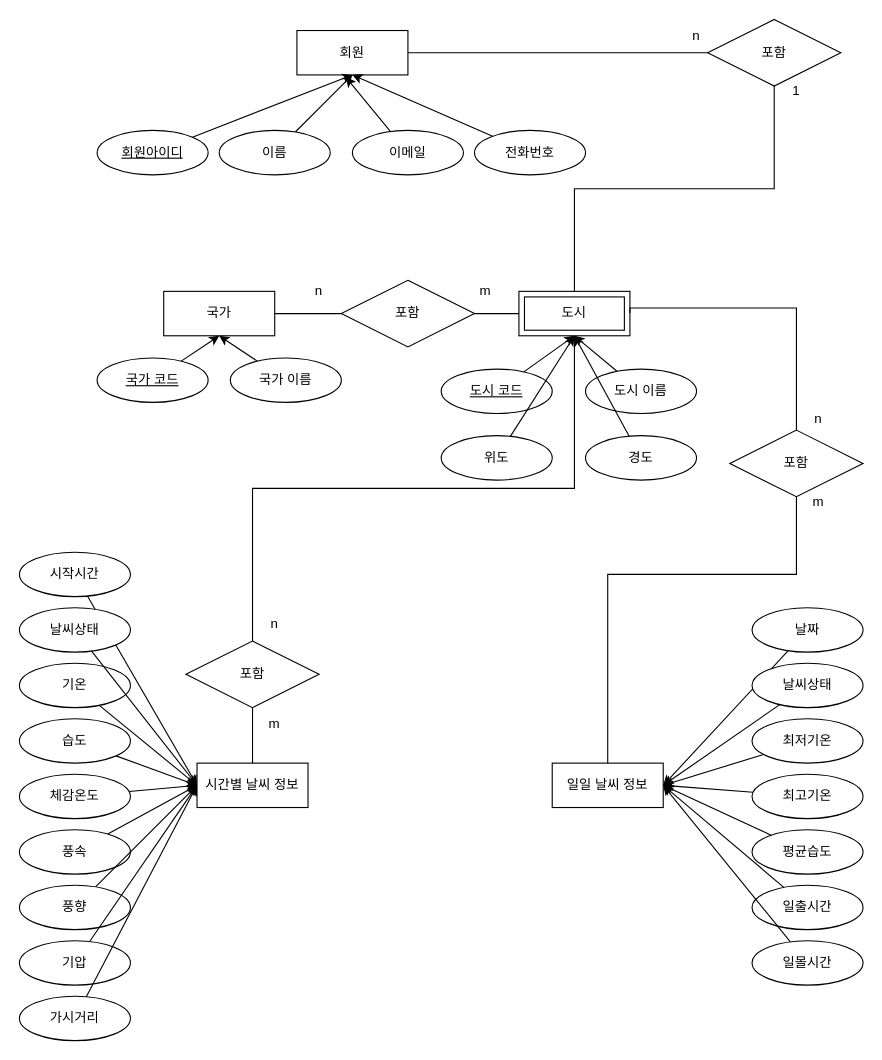
Earlier version of the draw.io diagram Untitled Diagram.drawio (yeganghwang/db_weather). Source tidied: cells renumbered, new cells numbered last; positions are measured from the earlier drawing's top-left corner, leaving out a move shared by most shapes. Both pictures are drawn from the tidied source at 111%, with x=0, y=0 at pixel (19, 19).
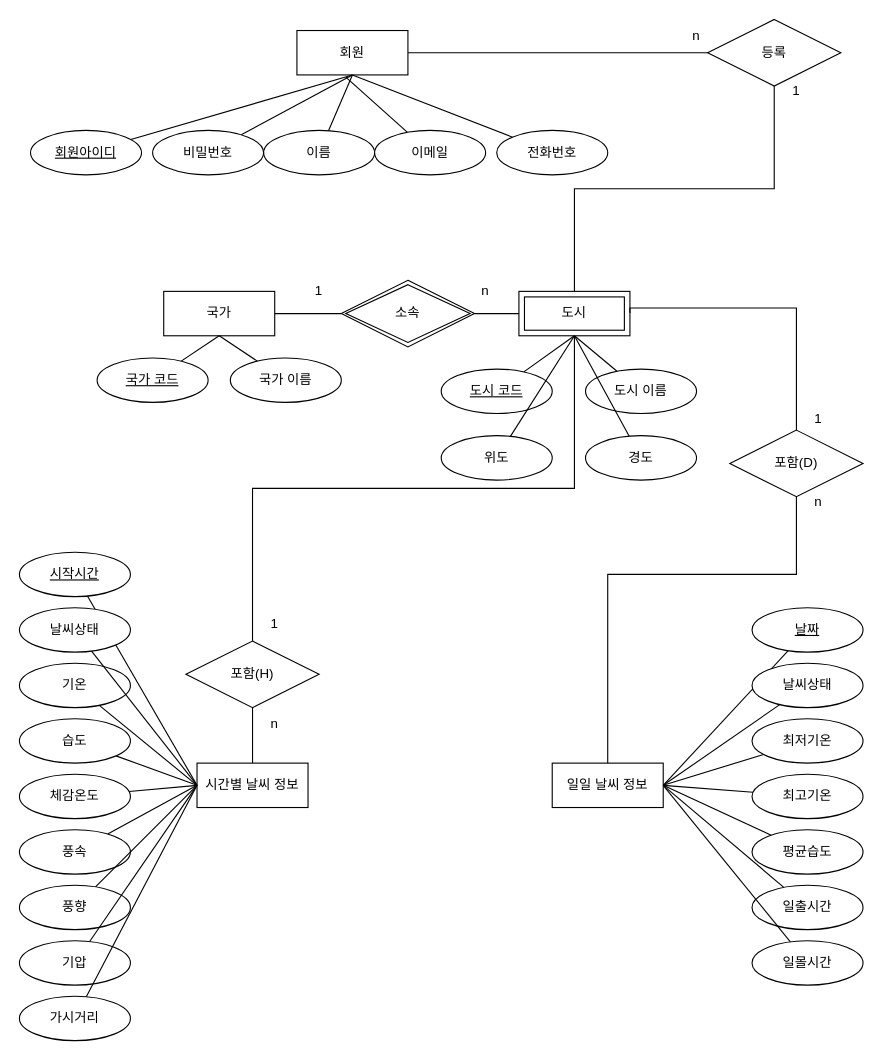
After the change.

Unchanged cells that the change refers to:
```xml
<mxCell id="2" value="회원" style="whiteSpace=wrap;html=1;align=center;" parent="1" vertex="1">
  <mxGeometry x="250" y="10" width="100" height="40" as="geometry" />
</mxCell>
<mxCell id="3" value="국가" style="whiteSpace=wrap;html=1;align=center;" parent="1" vertex="1">
  <mxGeometry x="130" y="245" width="100" height="40" as="geometry" />
</mxCell>
<mxCell id="4" value="시간별 날씨 정보" style="whiteSpace=wrap;html=1;align=center;" parent="1" vertex="1">
  <mxGeometry x="160" y="670" width="100" height="40" as="geometry" />
</mxCell>
<mxCell id="5" value="일일 날씨 정보" style="whiteSpace=wrap;html=1;align=center;" parent="1" vertex="1">
  <mxGeometry x="480" y="670" width="100" height="40" as="geometry" />
</mxCell>
<mxCell id="15" value="도시 이름" style="ellipse;whiteSpace=wrap;html=1;align=center;" parent="1" vertex="1">
  <mxGeometry x="510" y="315" width="100" height="40" as="geometry" />
</mxCell>
<mxCell id="17" value="도시 코드" style="ellipse;whiteSpace=wrap;html=1;align=center;fontStyle=4;" parent="1" vertex="1">
  <mxGeometry x="380" y="315" width="100" height="40" as="geometry" />
</mxCell>
<mxCell id="19" value="국가 코드" style="ellipse;whiteSpace=wrap;html=1;align=center;fontStyle=4;" parent="1" vertex="1">
  <mxGeometry x="70" y="305" width="100" height="40" as="geometry" />
</mxCell>
<mxCell id="21" value="국가 이름" style="ellipse;whiteSpace=wrap;html=1;align=center;" parent="1" vertex="1">
  <mxGeometry x="190" y="305" width="100" height="40" as="geometry" />
</mxCell>
<mxCell id="22" value="도시" style="shape=ext;margin=3;double=1;whiteSpace=wrap;html=1;align=center;" parent="1" vertex="1">
  <mxGeometry x="450" y="245" width="100" height="40" as="geometry" />
</mxCell>
<mxCell id="29" value="위도" style="ellipse;whiteSpace=wrap;html=1;align=center;" parent="1" vertex="1">
  <mxGeometry x="380" y="375" width="100" height="40" as="geometry" />
</mxCell>
<mxCell id="31" value="경도" style="ellipse;whiteSpace=wrap;html=1;align=center;" parent="1" vertex="1">
  <mxGeometry x="510" y="375" width="100" height="40" as="geometry" />
</mxCell>
<mxCell id="40" value="기온" style="ellipse;whiteSpace=wrap;html=1;align=center;" parent="1" vertex="1">
  <mxGeometry y="580" width="100" height="40" as="geometry" />
</mxCell>
<mxCell id="42" value="습도" style="ellipse;whiteSpace=wrap;html=1;align=center;" parent="1" vertex="1">
  <mxGeometry y="630" width="100" height="40" as="geometry" />
</mxCell>
<mxCell id="44" value="날씨상태" style="ellipse;whiteSpace=wrap;html=1;align=center;" parent="1" vertex="1">
  <mxGeometry y="530" width="100" height="40" as="geometry" />
</mxCell>
<mxCell id="46" value="체감온도" style="ellipse;whiteSpace=wrap;html=1;align=center;" parent="1" vertex="1">
  <mxGeometry y="680" width="100" height="40" as="geometry" />
</mxCell>
<mxCell id="48" value="풍속" style="ellipse;whiteSpace=wrap;html=1;align=center;" parent="1" vertex="1">
  <mxGeometry y="730" width="100" height="40" as="geometry" />
</mxCell>
<mxCell id="50" value="풍향" style="ellipse;whiteSpace=wrap;html=1;align=center;" parent="1" vertex="1">
  <mxGeometry y="780" width="100" height="40" as="geometry" />
</mxCell>
<mxCell id="52" value="기압" style="ellipse;whiteSpace=wrap;html=1;align=center;" parent="1" vertex="1">
  <mxGeometry y="830" width="100" height="40" as="geometry" />
</mxCell>
<mxCell id="54" value="가시거리" style="ellipse;whiteSpace=wrap;html=1;align=center;" parent="1" vertex="1">
  <mxGeometry y="880" width="100" height="40" as="geometry" />
</mxCell>
<mxCell id="58" value="날씨상태" style="ellipse;whiteSpace=wrap;html=1;align=center;" parent="1" vertex="1">
  <mxGeometry x="660" y="580" width="100" height="40" as="geometry" />
</mxCell>
<mxCell id="60" value="최저기온" style="ellipse;whiteSpace=wrap;html=1;align=center;" parent="1" vertex="1">
  <mxGeometry x="660" y="630" width="100" height="40" as="geometry" />
</mxCell>
<mxCell id="62" value="최고기온" style="ellipse;whiteSpace=wrap;html=1;align=center;" parent="1" vertex="1">
  <mxGeometry x="660" y="680" width="100" height="40" as="geometry" />
</mxCell>
<mxCell id="64" value="평균습도" style="ellipse;whiteSpace=wrap;html=1;align=center;" parent="1" vertex="1">
  <mxGeometry x="660" y="730" width="100" height="40" as="geometry" />
</mxCell>
<mxCell id="66" value="일출시간" style="ellipse;whiteSpace=wrap;html=1;align=center;" parent="1" vertex="1">
  <mxGeometry x="660" y="780" width="100" height="40" as="geometry" />
</mxCell>
<mxCell id="68" value="일몰시간" style="ellipse;whiteSpace=wrap;html=1;align=center;" parent="1" vertex="1">
  <mxGeometry x="660" y="830" width="100" height="40" as="geometry" />
</mxCell>
```

What changed in the source:
```diff
@@
-    <mxCell id="6" style="edgeStyle=none;rounded=0;jettySize=auto;html=1;entryX=0.5;entryY=1;entryDx=0;entryDy=0;" parent="1" edge="1" source="7" target="2">
+    <mxCell id="6" style="edgeStyle=none;rounded=0;jettySize=auto;html=1;entryX=0.5;entryY=1;entryDx=0;entryDy=0;endArrow=none;endFill=0;" parent="1" edge="1" source="7" target="2">
       <mxGeometry relative="1" as="geometry" />
     </mxCell>
     <mxCell id="7" value="회원아이디" style="ellipse;whiteSpace=wrap;html=1;align=center;fontStyle=4;" parent="1" vertex="1">
-      <mxGeometry x="70" y="100" width="100" height="40" as="geometry" />
+      <mxGeometry x="10" y="100" width="100" height="40" as="geometry" />
     </mxCell>
-    <mxCell id="8" style="edgeStyle=none;rounded=0;jettySize=auto;html=1;entryX=0.5;entryY=1;entryDx=0;entryDy=0;" parent="1" edge="1" source="9" target="2">
+    <mxCell id="8" style="edgeStyle=none;rounded=0;jettySize=auto;html=1;entryX=0.5;entryY=1;entryDx=0;entryDy=0;endArrow=none;endFill=0;" parent="1" edge="1" source="9" target="2">
       <mxGeometry relative="1" as="geometry" />
     </mxCell>
     <mxCell id="9" value="이름" style="ellipse;whiteSpace=wrap;html=1;align=center;" parent="1" vertex="1">
-      <mxGeometry x="180" y="100" width="100" height="40" as="geometry" />
+      <mxGeometry x="220" y="100" width="100" height="40" as="geometry" />
     </mxCell>
-    <mxCell id="10" style="edgeStyle=none;rounded=0;jettySize=auto;html=1;entryX=0.44;entryY=1.05;entryDx=0;entryDy=0;entryPerimeter=0;" parent="1" edge="1" source="11" target="2">
+    <mxCell id="10" style="edgeStyle=none;rounded=0;jettySize=auto;html=1;entryX=0.44;entryY=1.05;entryDx=0;entryDy=0;entryPerimeter=0;endArrow=none;endFill=0;" parent="1" edge="1" source="11" target="2">
       <mxGeometry relative="1" as="geometry" />
     </mxCell>
     <mxCell id="11" value="이메일" style="ellipse;whiteSpace=wrap;html=1;align=center;" parent="1" vertex="1">
-      <mxGeometry x="300" y="100" width="100" height="40" as="geometry" />
+      <mxGeometry x="320" y="100" width="100" height="40" as="geometry" />
     </mxCell>
-    <mxCell id="12" style="edgeStyle=none;rounded=0;jettySize=auto;html=1;entryX=0.5;entryY=1;entryDx=0;entryDy=0;" parent="1" edge="1" source="13" target="2">
+    <mxCell id="12" style="edgeStyle=none;rounded=0;jettySize=auto;html=1;entryX=0.5;entryY=1;entryDx=0;entryDy=0;endArrow=none;endFill=0;" parent="1" edge="1" source="13" target="2">
       <mxGeometry relative="1" as="geometry" />
     </mxCell>
     <mxCell id="13" value="전화번호" style="ellipse;whiteSpace=wrap;html=1;align=center;" parent="1" vertex="1">
-      <mxGeometry x="410" y="100" width="100" height="40" as="geometry" />
+      <mxGeometry x="430" y="100" width="100" height="40" as="geometry" />
     </mxCell>
-    <mxCell id="14" style="edgeStyle=none;rounded=0;jettySize=auto;html=1;entryX=0.5;entryY=1;entryDx=0;entryDy=0;" parent="1" edge="1" source="15" target="22">
+    <mxCell id="14" style="edgeStyle=none;rounded=0;jettySize=auto;html=1;entryX=0.5;entryY=1;entryDx=0;entryDy=0;endArrow=none;endFill=0;" parent="1" edge="1" source="15" target="22">
       <mxGeometry relative="1" as="geometry" />
     </mxCell>
@@
-    <mxCell id="16" style="edgeStyle=none;rounded=0;jettySize=auto;html=1;entryX=0.5;entryY=1;entryDx=0;entryDy=0;" parent="1" edge="1" source="17" target="22">
+    <mxCell id="16" style="edgeStyle=none;rounded=0;jettySize=auto;html=1;entryX=0.5;entryY=1;entryDx=0;entryDy=0;endArrow=none;endFill=0;" parent="1" edge="1" source="17" target="22">
       <mxGeometry relative="1" as="geometry" />
     </mxCell>
@@
-    <mxCell id="18" style="edgeStyle=none;rounded=0;jettySize=auto;html=1;entryX=0.5;entryY=1;entryDx=0;entryDy=0;" parent="1" edge="1" source="19" target="3">
+    <mxCell id="18" style="edgeStyle=none;rounded=0;jettySize=auto;html=1;entryX=0.5;entryY=1;entryDx=0;entryDy=0;endArrow=none;endFill=0;" parent="1" edge="1" source="19" target="3">
       <mxGeometry relative="1" as="geometry" />
     </mxCell>
@@
-    <mxCell id="20" style="edgeStyle=none;rounded=0;jettySize=auto;html=1;entryX=0.5;entryY=1;entryDx=0;entryDy=0;" parent="1" edge="1" source="21" target="3">
+    <mxCell id="20" style="edgeStyle=none;rounded=0;jettySize=auto;html=1;entryX=0.5;entryY=1;entryDx=0;entryDy=0;endArrow=none;endFill=0;" parent="1" edge="1" source="21" target="3">
       <mxGeometry relative="1" as="geometry" />
     </mxCell>
@@
-    <mxCell id="23" value="포함" style="shape=rhombus;perimeter=rhombusPerimeter;whiteSpace=wrap;html=1;align=center;" parent="1" vertex="1">
-      <mxGeometry x="290" y="235" width="120" height="60" as="geometry" />
-    </mxCell>
-    <mxCell id="24" style="endArrow=none;html=1;rounded=0;exitX=1;exitY=0.5;exitDx=0;exitDy=0;" parent="1" edge="1" source="3" target="23">
-      <mxGeometry relative="1" as="geometry" />
+    <mxCell id="24" style="endArrow=none;html=1;rounded=0;exitX=1;exitY=0.5;exitDx=0;exitDy=0;" parent="1" edge="1" source="3">
+      <mxGeometry relative="1" as="geometry">
+        <mxPoint x="290" y="265" as="targetPoint" />
+      </mxGeometry>
     </mxCell>
-    <mxCell id="25" style="endArrow=none;html=1;rounded=0;exitX=1;exitY=0.5;exitDx=0;exitDy=0;entryX=0;entryY=0.5;entryDx=0;entryDy=0;" parent="1" edge="1" source="23" target="22">
-      <mxGeometry relative="1" as="geometry" />
+    <mxCell id="25" style="endArrow=none;html=1;rounded=0;exitX=1;exitY=0.5;exitDx=0;exitDy=0;entryX=0;entryY=0.5;entryDx=0;entryDy=0;" parent="1" edge="1" target="22">
+      <mxGeometry relative="1" as="geometry">
+        <mxPoint x="410" y="265" as="sourcePoint" />
+      </mxGeometry>
     </mxCell>
-    <mxCell id="26" value="n" style="text;html=1;strokeColor=none;fillColor=none;align=center;verticalAlign=middle;whiteSpace=wrap;rounded=0;" parent="1" vertex="1">
+    <mxCell id="26" value="1" style="text;html=1;strokeColor=none;fillColor=none;align=center;verticalAlign=middle;whiteSpace=wrap;rounded=0;" parent="1" vertex="1">
       <mxGeometry x="240" y="230" width="60" height="30" as="geometry" />
     </mxCell>
-    <mxCell id="27" value="m" style="text;html=1;strokeColor=none;fillColor=none;align=center;verticalAlign=middle;whiteSpace=wrap;rounded=0;" parent="1" vertex="1">
+    <mxCell id="27" value="n" style="text;html=1;strokeColor=none;fillColor=none;align=center;verticalAlign=middle;whiteSpace=wrap;rounded=0;" parent="1" vertex="1">
       <mxGeometry x="390" y="230" width="60" height="30" as="geometry" />
     </mxCell>
-    <mxCell id="28" style="edgeStyle=none;rounded=0;jettySize=auto;html=1;entryX=0.5;entryY=1;entryDx=0;entryDy=0;" parent="1" edge="1" source="29" target="22">
+    <mxCell id="28" style="edgeStyle=none;rounded=0;jettySize=auto;html=1;entryX=0.5;entryY=1;entryDx=0;entryDy=0;endArrow=none;endFill=0;" parent="1" edge="1" source="29" target="22">
       <mxGeometry relative="1" as="geometry" />
     </mxCell>
@@
-    <mxCell id="30" style="edgeStyle=none;rounded=0;jettySize=auto;html=1;entryX=0.5;entryY=1;entryDx=0;entryDy=0;" parent="1" edge="1" source="31" target="22">
+    <mxCell id="30" style="edgeStyle=none;rounded=0;jettySize=auto;html=1;entryX=0.5;entryY=1;entryDx=0;entryDy=0;endArrow=none;endFill=0;" parent="1" edge="1" source="31" target="22">
       <mxGeometry relative="1" as="geometry" />
     </mxCell>
@@
-    <mxCell id="32" value="포함" style="shape=rhombus;perimeter=rhombusPerimeter;whiteSpace=wrap;html=1;align=center;" parent="1" vertex="1">
+    <mxCell id="32" value="등록" style="shape=rhombus;perimeter=rhombusPerimeter;whiteSpace=wrap;html=1;align=center;" parent="1" vertex="1">
       <mxGeometry x="620" width="120" height="60" as="geometry" />
     </mxCell>
@@
-    <mxCell id="37" style="edgeStyle=none;rounded=0;jettySize=auto;html=1;entryX=0;entryY=0.5;entryDx=0;entryDy=0;" parent="1" edge="1" source="38" target="4">
+    <mxCell id="37" style="edgeStyle=none;rounded=0;jettySize=auto;html=1;entryX=0;entryY=0.5;entryDx=0;entryDy=0;endArrow=none;endFill=0;" parent="1" edge="1" source="38" target="4">
       <mxGeometry relative="1" as="geometry" />
     </mxCell>
-    <mxCell id="38" value="시작시간" style="ellipse;whiteSpace=wrap;html=1;align=center;" parent="1" vertex="1">
+    <mxCell id="38" value="시작시간" style="ellipse;whiteSpace=wrap;html=1;align=center;fontStyle=4;" parent="1" vertex="1">
       <mxGeometry y="480" width="100" height="40" as="geometry" />
     </mxCell>
-    <mxCell id="39" style="edgeStyle=none;rounded=0;jettySize=auto;html=1;entryX=0;entryY=0.5;entryDx=0;entryDy=0;" parent="1" edge="1" source="40" target="4">
+    <mxCell id="39" style="edgeStyle=none;rounded=0;jettySize=auto;html=1;entryX=0;entryY=0.5;entryDx=0;entryDy=0;endArrow=none;endFill=0;" parent="1" edge="1" source="40" target="4">
       <mxGeometry relative="1" as="geometry" />
     </mxCell>
@@
-    <mxCell id="41" style="edgeStyle=none;rounded=0;jettySize=auto;html=1;entryX=0;entryY=0.5;entryDx=0;entryDy=0;" parent="1" edge="1" source="42" target="4">
+    <mxCell id="41" style="edgeStyle=none;rounded=0;jettySize=auto;html=1;entryX=0;entryY=0.5;entryDx=0;entryDy=0;endArrow=none;endFill=0;" parent="1" edge="1" source="42" target="4">
       <mxGeometry relative="1" as="geometry" />
     </mxCell>
@@
-    <mxCell id="43" style="edgeStyle=none;rounded=0;jettySize=auto;html=1;entryX=0;entryY=0.5;entryDx=0;entryDy=0;" parent="1" edge="1" source="44" target="4">
+    <mxCell id="43" style="edgeStyle=none;rounded=0;jettySize=auto;html=1;entryX=0;entryY=0.5;entryDx=0;entryDy=0;endArrow=none;endFill=0;" parent="1" edge="1" source="44" target="4">
       <mxGeometry relative="1" as="geometry" />
     </mxCell>
@@
-    <mxCell id="45" style="edgeStyle=none;rounded=0;jettySize=auto;html=1;" parent="1" edge="1" source="46">
+    <mxCell id="45" style="edgeStyle=none;rounded=0;jettySize=auto;html=1;endArrow=none;endFill=0;" parent="1" edge="1" source="46">
       <mxGeometry relative="1" as="geometry">
         <mxPoint x="160" y="690" as="targetPoint" />
       </mxGeometry>
     </mxCell>
@@
-    <mxCell id="47" style="edgeStyle=none;rounded=0;jettySize=auto;html=1;entryX=0;entryY=0.5;entryDx=0;entryDy=0;" parent="1" edge="1" source="48" target="4">
+    <mxCell id="47" style="edgeStyle=none;rounded=0;jettySize=auto;html=1;entryX=0;entryY=0.5;entryDx=0;entryDy=0;endArrow=none;endFill=0;" parent="1" edge="1" source="48" target="4">
       <mxGeometry relative="1" as="geometry" />
     </mxCell>
@@
-    <mxCell id="49" style="edgeStyle=none;rounded=0;jettySize=auto;html=1;entryX=0;entryY=0.5;entryDx=0;entryDy=0;" parent="1" edge="1" source="50" target="4">
+    <mxCell id="49" style="edgeStyle=none;rounded=0;jettySize=auto;html=1;entryX=0;entryY=0.5;entryDx=0;entryDy=0;endArrow=none;endFill=0;" parent="1" edge="1" source="50" target="4">
       <mxGeometry relative="1" as="geometry" />
     </mxCell>
@@
-    <mxCell id="51" style="edgeStyle=none;rounded=0;jettySize=auto;html=1;" parent="1" edge="1" source="52">
+    <mxCell id="51" style="edgeStyle=none;rounded=0;jettySize=auto;html=1;endArrow=none;endFill=0;" parent="1" edge="1" source="52">
       <mxGeometry relative="1" as="geometry">
         <mxPoint x="160" y="690" as="targetPoint" />
       </mxGeometry>
     </mxCell>
@@
-    <mxCell id="53" style="edgeStyle=none;rounded=0;jettySize=auto;html=1;entryX=0;entryY=0.5;entryDx=0;entryDy=0;" parent="1" edge="1" source="54" target="4">
+    <mxCell id="53" style="edgeStyle=none;rounded=0;jettySize=auto;html=1;entryX=0;entryY=0.5;entryDx=0;entryDy=0;endArrow=none;endFill=0;" parent="1" edge="1" source="54" target="4">
       <mxGeometry relative="1" as="geometry" />
     </mxCell>
@@
-    <mxCell id="55" style="edgeStyle=none;rounded=0;jettySize=auto;html=1;" parent="1" edge="1" source="56">
+    <mxCell id="55" style="edgeStyle=none;rounded=0;jettySize=auto;html=1;startArrow=none;startFill=0;endArrow=none;endFill=0;" parent="1" edge="1" source="56">
       <mxGeometry relative="1" as="geometry">
         <mxPoint x="580" y="690" as="targetPoint" />
       </mxGeometry>
     </mxCell>
-    <mxCell id="56" value="날짜" style="ellipse;whiteSpace=wrap;html=1;align=center;" parent="1" vertex="1">
+    <mxCell id="56" value="날짜" style="ellipse;whiteSpace=wrap;html=1;align=center;fontStyle=4;" parent="1" vertex="1">
       <mxGeometry x="660" y="530" width="100" height="40" as="geometry" />
     </mxCell>
-    <mxCell id="57" style="edgeStyle=none;rounded=0;jettySize=auto;html=1;entryX=1;entryY=0.5;entryDx=0;entryDy=0;" parent="1" edge="1" source="58" target="5">
+    <mxCell id="57" style="edgeStyle=none;rounded=0;jettySize=auto;html=1;entryX=1;entryY=0.5;entryDx=0;entryDy=0;startArrow=none;startFill=0;endArrow=none;endFill=0;" parent="1" edge="1" source="58" target="5">
       <mxGeometry relative="1" as="geometry" />
     </mxCell>
@@
-    <mxCell id="59" style="edgeStyle=none;rounded=0;jettySize=auto;html=1;entryX=1;entryY=0.5;entryDx=0;entryDy=0;" parent="1" edge="1" source="60" target="5">
+    <mxCell id="59" style="edgeStyle=none;rounded=0;jettySize=auto;html=1;entryX=1;entryY=0.5;entryDx=0;entryDy=0;startArrow=none;startFill=0;endArrow=none;endFill=0;" parent="1" edge="1" source="60" target="5">
       <mxGeometry relative="1" as="geometry" />
     </mxCell>
@@
-    <mxCell id="61" style="edgeStyle=none;rounded=0;jettySize=auto;html=1;entryX=1;entryY=0.5;entryDx=0;entryDy=0;" parent="1" edge="1" source="62" target="5">
+    <mxCell id="61" style="edgeStyle=none;rounded=0;jettySize=auto;html=1;entryX=1;entryY=0.5;entryDx=0;entryDy=0;startArrow=none;startFill=0;endArrow=none;endFill=0;" parent="1" edge="1" source="62" target="5">
       <mxGeometry relative="1" as="geometry" />
     </mxCell>
@@
-    <mxCell id="63" style="edgeStyle=none;rounded=0;jettySize=auto;html=1;entryX=1;entryY=0.5;entryDx=0;entryDy=0;" parent="1" edge="1" source="64" target="5">
+    <mxCell id="63" style="edgeStyle=none;rounded=0;jettySize=auto;html=1;entryX=1;entryY=0.5;entryDx=0;entryDy=0;startArrow=none;startFill=0;endArrow=none;endFill=0;" parent="1" edge="1" source="64" target="5">
       <mxGeometry relative="1" as="geometry" />
     </mxCell>
@@
-    <mxCell id="65" style="edgeStyle=none;rounded=0;jettySize=auto;html=1;entryX=1;entryY=0.5;entryDx=0;entryDy=0;" parent="1" edge="1" source="66" target="5">
+    <mxCell id="65" style="edgeStyle=none;rounded=0;jettySize=auto;html=1;entryX=1;entryY=0.5;entryDx=0;entryDy=0;startArrow=none;startFill=0;endArrow=none;endFill=0;" parent="1" edge="1" source="66" target="5">
       <mxGeometry relative="1" as="geometry" />
     </mxCell>
@@
-    <mxCell id="67" style="edgeStyle=none;rounded=0;jettySize=auto;html=1;entryX=1;entryY=0.5;entryDx=0;entryDy=0;" parent="1" edge="1" source="68" target="5">
+    <mxCell id="67" style="edgeStyle=none;rounded=0;jettySize=auto;html=1;entryX=1;entryY=0.5;entryDx=0;entryDy=0;startArrow=none;startFill=0;endArrow=none;endFill=0;" parent="1" edge="1" source="68" target="5">
       <mxGeometry relative="1" as="geometry" />
     </mxCell>
@@
-    <mxCell id="69" value="포함" style="shape=rhombus;perimeter=rhombusPerimeter;whiteSpace=wrap;html=1;align=center;" parent="1" vertex="1">
+    <mxCell id="69" value="포함(H)" style="shape=rhombus;perimeter=rhombusPerimeter;whiteSpace=wrap;html=1;align=center;" parent="1" vertex="1">
       <mxGeometry x="150" y="560" width="120" height="60" as="geometry" />
     </mxCell>
-    <mxCell id="70" value="포함" style="shape=rhombus;perimeter=rhombusPerimeter;whiteSpace=wrap;html=1;align=center;" parent="1" vertex="1">
+    <mxCell id="70" value="포함(D)" style="shape=rhombus;perimeter=rhombusPerimeter;whiteSpace=wrap;html=1;align=center;" parent="1" vertex="1">
       <mxGeometry x="640" y="370" width="120" height="60" as="geometry" />
     </mxCell>
@@
-    <mxCell id="73" value="n" style="text;html=1;strokeColor=none;fillColor=none;align=center;verticalAlign=middle;whiteSpace=wrap;rounded=0;" parent="1" vertex="1">
+    <mxCell id="73" value="1" style="text;html=1;strokeColor=none;fillColor=none;align=center;verticalAlign=middle;whiteSpace=wrap;rounded=0;" parent="1" vertex="1">
       <mxGeometry x="200" y="530" width="60" height="30" as="geometry" />
     </mxCell>
-    <mxCell id="74" value="m" style="text;html=1;strokeColor=none;fillColor=none;align=center;verticalAlign=middle;whiteSpace=wrap;rounded=0;" parent="1" vertex="1">
+    <mxCell id="74" value="n" style="text;html=1;strokeColor=none;fillColor=none;align=center;verticalAlign=middle;whiteSpace=wrap;rounded=0;" parent="1" vertex="1">
       <mxGeometry x="200" y="620" width="60" height="30" as="geometry" />
     </mxCell>
@@
-    <mxCell id="77" value="n" style="text;html=1;strokeColor=none;fillColor=none;align=center;verticalAlign=middle;whiteSpace=wrap;rounded=0;" parent="1" vertex="1">
+    <mxCell id="77" value="1" style="text;html=1;strokeColor=none;fillColor=none;align=center;verticalAlign=middle;whiteSpace=wrap;rounded=0;" parent="1" vertex="1">
       <mxGeometry x="690" y="345" width="60" height="30" as="geometry" />
     </mxCell>
-    <mxCell id="78" value="m" style="text;html=1;strokeColor=none;fillColor=none;align=center;verticalAlign=middle;whiteSpace=wrap;rounded=0;" parent="1" vertex="1">
+    <mxCell id="78" value="n" style="text;html=1;strokeColor=none;fillColor=none;align=center;verticalAlign=middle;whiteSpace=wrap;rounded=0;" parent="1" vertex="1">
       <mxGeometry x="690" y="420" width="60" height="30" as="geometry" />
     </mxCell>
+    <mxCell id="79" value="소속" style="shape=rhombus;double=1;perimeter=rhombusPerimeter;whiteSpace=wrap;html=1;align=center;" parent="1" vertex="1">
+      <mxGeometry x="290" y="235" width="120" height="60" as="geometry" />
+    </mxCell>
+    <mxCell id="80" style="edgeStyle=none;rounded=0;jettySize=auto;html=1;entryX=0.5;entryY=1;entryDx=0;entryDy=0;startArrow=none;startFill=0;endArrow=none;endFill=0;" parent="1" edge="1" source="81" target="2">
+      <mxGeometry relative="1" as="geometry" />
+    </mxCell>
+    <mxCell id="81" value="비밀번호" style="ellipse;whiteSpace=wrap;html=1;align=center;" parent="1" vertex="1">
+      <mxGeometry x="120" y="100" width="100" height="40" as="geometry" />
+    </mxCell>
```
